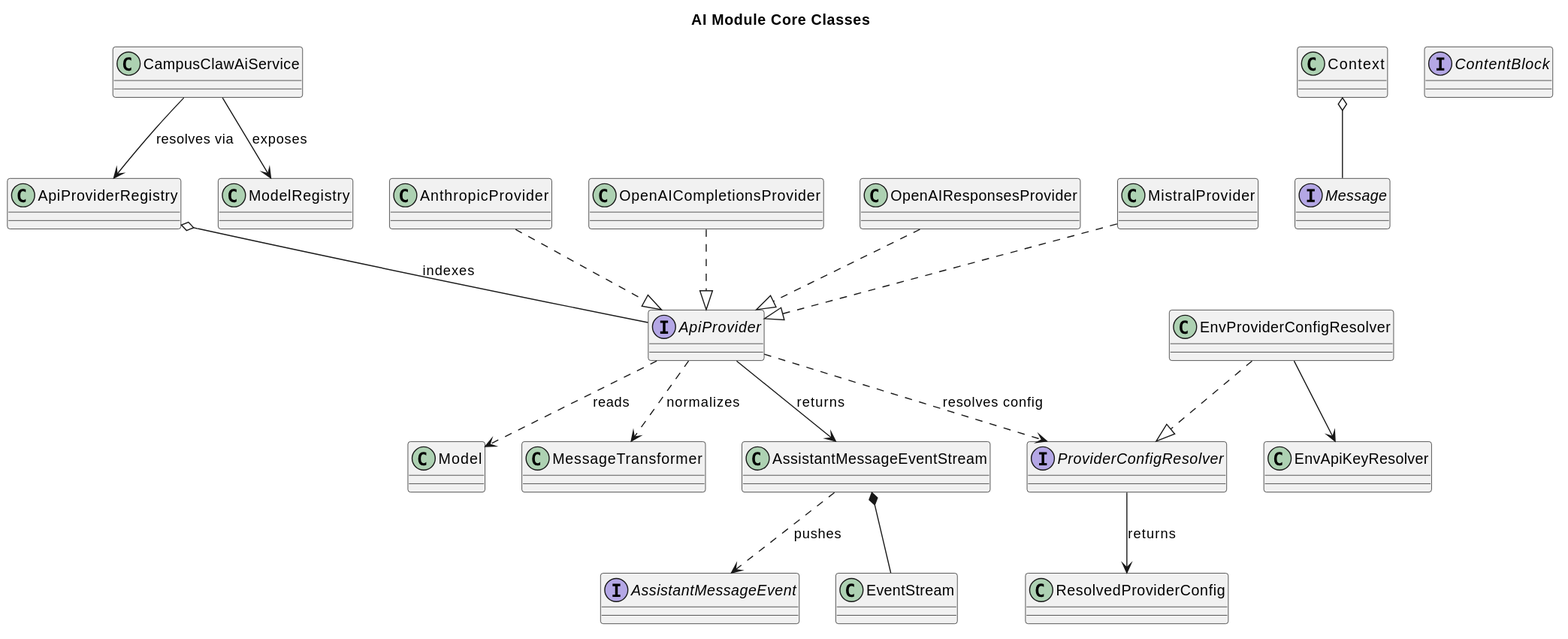
Earlier version of the PlantUML export docs/designs/ai/core-classes.svg (2862282695gjh-afk/pi-mono-java).
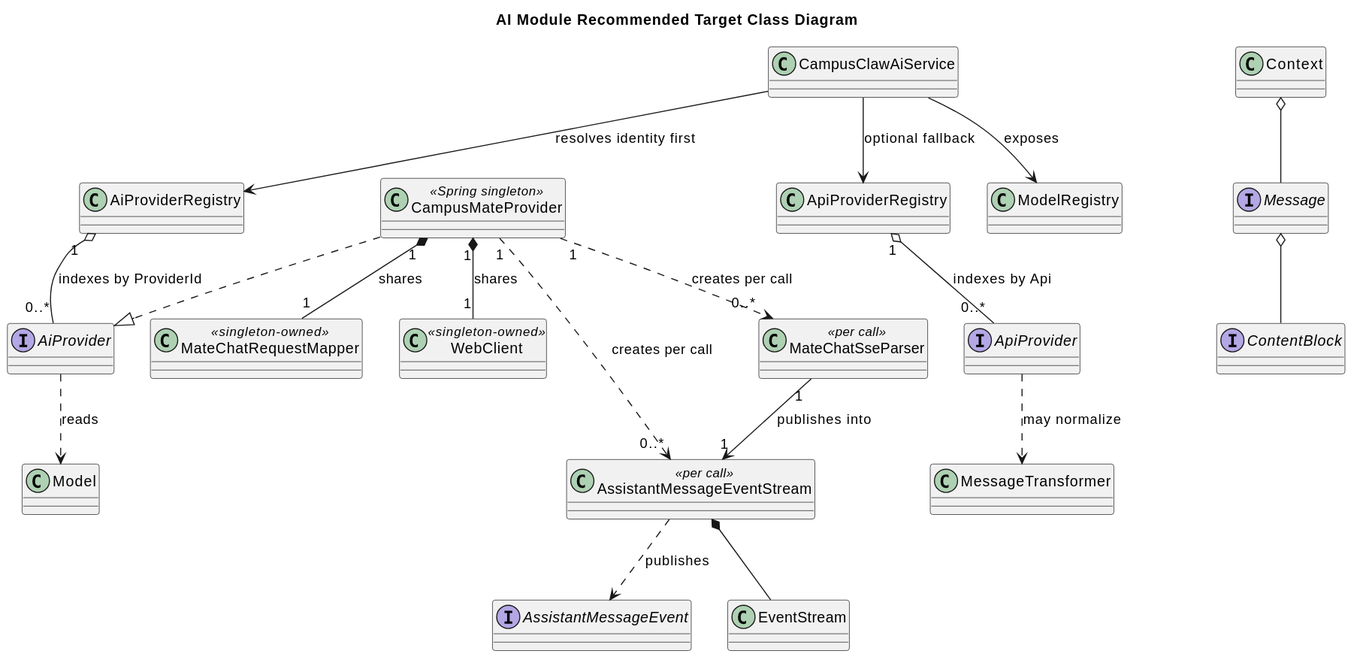
The same file after the commit.

Change to the diagram source:
```diff
@@ -1,22 +1,20 @@
 @startuml
-title AI Module Core Classes
+title AI Module Recommended Target Class Diagram
 skinparam classAttributeIconSize 0
 
 
 class CampusClawAiService
+interface AiProvider
+class AiProviderRegistry
+class CampusMateProvider <<Spring singleton>>
 interface ApiProvider
 class ApiProviderRegistry
 class ModelRegistry
-interface ProviderConfigResolver
-class EnvProviderConfigResolver
-class EnvApiKeyResolver
-class ResolvedProviderConfig
-class AnthropicProvider
-class OpenAICompletionsProvider
-class OpenAIResponsesProvider
-class MistralProvider
+class MateChatRequestMapper <<singleton-owned>>
+class WebClient <<singleton-owned>>
+class MateChatSseParser <<per call>>
 interface AssistantMessageEvent
-class AssistantMessageEventStream
+class AssistantMessageEventStream <<per call>>
 class EventStream
 interface Message
 interface ContentBlock
@@ -24,21 +22,21 @@
 class Context
 class MessageTransformer
 
-CampusClawAiService --> ApiProviderRegistry : resolves via
+CampusClawAiService --> AiProviderRegistry : resolves identity first
+CampusClawAiService --> ApiProviderRegistry : optional fallback
 CampusClawAiService --> ModelRegistry : exposes
-ApiProviderRegistry o-- ApiProvider : indexes
-AnthropicProvider ..|> ApiProvider
-OpenAICompletionsProvider ..|> ApiProvider
-OpenAIResponsesProvider ..|> ApiProvider
-MistralProvider ..|> ApiProvider
-ApiProvider --> AssistantMessageEventStream : returns
+AiProviderRegistry "1" o-- "0..*" AiProvider : indexes by ProviderId
+CampusMateProvider ..|> AiProvider
+ApiProviderRegistry "1" o-- "0..*" ApiProvider : indexes by Api
+CampusMateProvider "1" *-- "1" MateChatRequestMapper : shares
+CampusMateProvider "1" *-- "1" WebClient : shares
+CampusMateProvider "1" ..> "0..*" MateChatSseParser : creates per call
+CampusMateProvider "1" ..> "0..*" AssistantMessageEventStream : creates per call
+MateChatSseParser "1" --> "1" AssistantMessageEventStream : publishes into
 AssistantMessageEventStream *-- EventStream
-AssistantMessageEventStream ..> AssistantMessageEvent : pushes
-ApiProvider ..> ProviderConfigResolver : resolves config
-EnvProviderConfigResolver ..|> ProviderConfigResolver
-EnvProviderConfigResolver --> EnvApiKeyResolver
-ProviderConfigResolver --> ResolvedProviderConfig : returns
-ApiProvider ..> MessageTransformer : normalizes
+AssistantMessageEventStream ..> AssistantMessageEvent : publishes
 Context o-- Message
-ApiProvider ..> Model : reads
+Message o-- ContentBlock
+AiProvider ..> Model : reads
+ApiProvider ..> MessageTransformer : may normalize
 @enduml
```
